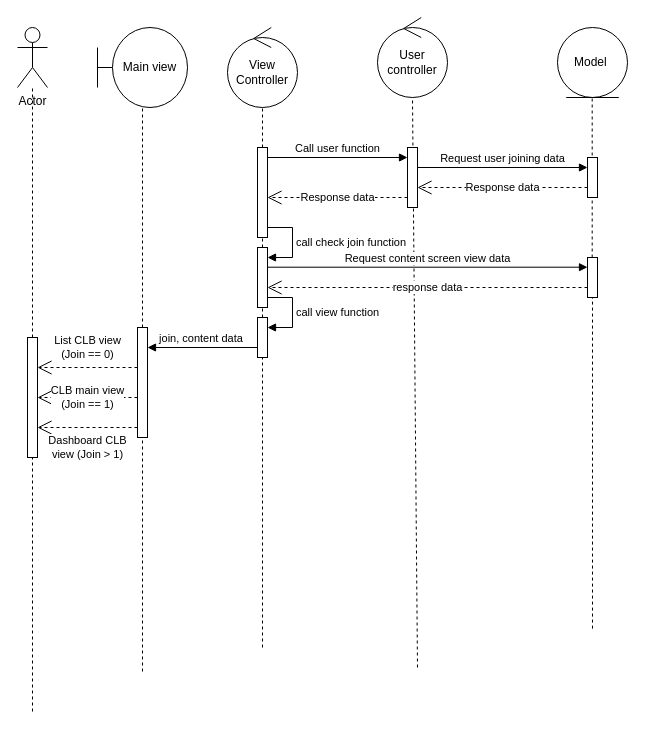
Above: page "Main view" (5 of 9) of diagram.drawio in ZanhhTrann/finall_project- (draw.io), before the change. Source tidied: cells renumbered, new cells numbered last; positions are measured from the earlier drawing's top-left corner, leaving out a move shared by most shapes. Both pictures are drawn from the tidied source at 100%, with x=0, y=0 at pixel (17, 17).
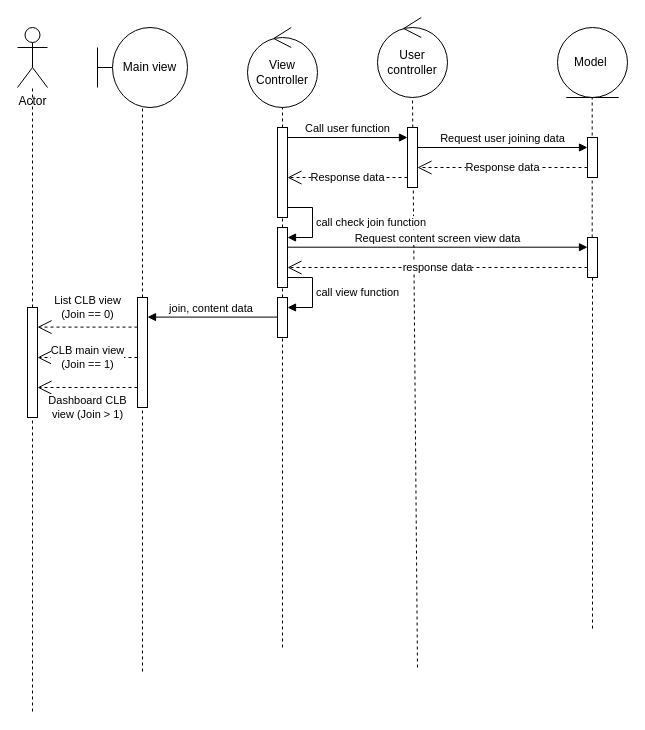
The same diagram, later.

Diff of the diagram source:
```diff
@@
     <mxCell id="10" style="html=1;points=[[0,0,0,0,5],[0,1,0,0,-5],[1,0,0,0,5],[1,1,0,0,-5]];perimeter=orthogonalPerimeter;outlineConnect=0;targetShapes=umlLifeline;portConstraint=eastwest;newEdgeStyle={&quot;curved&quot;:0,&quot;rounded&quot;:0};" parent="1" vertex="1">
-      <mxGeometry x="390" y="130" width="10" height="60" as="geometry" />
+      <mxGeometry x="390" y="110" width="10" height="60" as="geometry" />
     </mxCell>
@@
     <mxCell id="12" style="html=1;perimeter=orthogonalPerimeter;targetShapes=umlLifeline;newEdgeStyle={&quot;curved&quot;:0,&quot;rounded&quot;:0};" parent="1" vertex="1">
-      <mxGeometry x="570" y="140" width="10" height="40" as="geometry" />
+      <mxGeometry x="570" y="120" width="10" height="40" as="geometry" />
     </mxCell>
     <mxCell id="13" value="&lt;div style=&quot;text-align: left;&quot;&gt;Request user joining data&lt;/div&gt;" style="html=1;verticalAlign=bottom;endArrow=block;curved=0;rounded=0;" parent="1" edge="1">
       <mxGeometry relative="1" as="geometry">
-        <mxPoint x="400" y="150" as="sourcePoint" />
-        <mxPoint x="570" y="150" as="targetPoint" />
+        <mxPoint x="400" y="130" as="sourcePoint" />
+        <mxPoint x="570" y="130" as="targetPoint" />
       </mxGeometry>
     </mxCell>
     <mxCell id="14" value="Response data" style="endArrow=open;endSize=12;dashed=1;html=1;rounded=0;" parent="1" edge="1">
       <mxGeometry relative="1" as="geometry">
-        <mxPoint x="570" y="170" as="sourcePoint" />
-        <mxPoint x="400" y="170" as="targetPoint" />
+        <mxPoint x="570" y="150" as="sourcePoint" />
+        <mxPoint x="400" y="150" as="targetPoint" />
       </mxGeometry>
     </mxCell>
     <mxCell id="15" value="View Controller" style="ellipse;shape=umlControl;whiteSpace=wrap;html=1;" parent="1" vertex="1">
-      <mxGeometry x="210" y="10" width="70" height="80" as="geometry" />
+      <mxGeometry x="230" y="10" width="70" height="80" as="geometry" />
     </mxCell>
     <mxCell id="16" style="endArrow=none;dashed=1;html=1;rounded=0;" parent="1" edge="1" source="21">
       <mxGeometry relative="1" as="geometry">
-        <mxPoint x="245" y="90" as="targetPoint" />
+        <mxPoint x="265" y="90" as="targetPoint" />
       </mxGeometry>
     </mxCell>
@@
     <mxCell id="18" style="html=1;points=[[0,0,0,0,5],[0,1,0,0,-5],[1,0,0,0,5],[1,1,0,0,-5]];perimeter=orthogonalPerimeter;outlineConnect=0;targetShapes=umlLifeline;portConstraint=eastwest;newEdgeStyle={&quot;curved&quot;:0,&quot;rounded&quot;:0};" parent="1" vertex="1">
-      <mxGeometry x="240" y="230" width="10" height="60" as="geometry" />
+      <mxGeometry x="260" y="210" width="10" height="60" as="geometry" />
     </mxCell>
     <mxCell id="19" value="&lt;div style=&quot;text-align: left;&quot;&gt;Call user function&lt;/div&gt;" style="html=1;verticalAlign=bottom;endArrow=block;curved=0;rounded=0;" parent="1" edge="1" source="21" target="10">
       <mxGeometry relative="1" as="geometry">
         <Array as="points">
-          <mxPoint x="390" y="140" />
+          <mxPoint x="390" y="120" />
         </Array>
       </mxGeometry>
     </mxCell>
@@
     <mxCell id="21" style="html=1;points=[[0,0,0,0,5],[0,1,0,0,-5],[1,0,0,0,5],[1,1,0,0,-5]];perimeter=orthogonalPerimeter;outlineConnect=0;targetShapes=umlLifeline;portConstraint=eastwest;newEdgeStyle={&quot;curved&quot;:0,&quot;rounded&quot;:0};" parent="1" vertex="1">
-      <mxGeometry x="240" y="130" width="10" height="90" as="geometry" />
+      <mxGeometry x="260" y="110" width="10" height="90" as="geometry" />
     </mxCell>
-    <mxCell id="22" value="Response data" style="endArrow=open;endSize=12;dashed=1;html=1;rounded=0;" parent="1" edge="1">
+    <mxCell id="22" value="Response data" style="endArrow=open;endSize=12;dashed=1;html=1;rounded=0;" parent="1" edge="1" target="21">
       <mxGeometry relative="1" as="geometry">
-        <mxPoint x="390" y="180" as="sourcePoint" />
-        <mxPoint x="250" y="180" as="targetPoint" />
+        <mxPoint x="390" y="160" as="sourcePoint" />
       </mxGeometry>
     </mxCell>
     <mxCell id="23" value="call check join function&amp;nbsp;" style="html=1;align=left;spacingLeft=2;endArrow=block;rounded=0;edgeStyle=orthogonalEdgeStyle;curved=0;rounded=0;" parent="1" edge="1" target="18">
       <mxGeometry relative="1" as="geometry">
-        <mxPoint x="250" y="210" as="sourcePoint" />
+        <mxPoint x="270" y="190" as="sourcePoint" />
         <Array as="points">
-          <mxPoint x="275" y="210" />
-          <mxPoint x="275" y="240" />
+          <mxPoint x="295" y="190" />
+          <mxPoint x="295" y="220" />
         </Array>
       </mxGeometry>
     </mxCell>
@@
     <mxCell id="25" style="html=1;points=[[0,0,0,0,5],[0,1,0,0,-5],[1,0,0,0,5],[1,1,0,0,-5]];perimeter=orthogonalPerimeter;outlineConnect=0;targetShapes=umlLifeline;portConstraint=eastwest;newEdgeStyle={&quot;curved&quot;:0,&quot;rounded&quot;:0};" parent="1" vertex="1">
-      <mxGeometry x="120" y="310" width="10" height="110" as="geometry" />
+      <mxGeometry x="120" y="280" width="10" height="110" as="geometry" />
     </mxCell>
-    <mxCell id="26" value="&lt;div style=&quot;text-align: left;&quot;&gt;Request content screen view data&lt;/div&gt;" style="html=1;verticalAlign=bottom;endArrow=block;curved=0;rounded=0;" parent="1" edge="1">
+    <mxCell id="26" value="&lt;div style=&quot;text-align: left;&quot;&gt;Request content screen view data&lt;/div&gt;" style="html=1;verticalAlign=bottom;endArrow=block;curved=0;rounded=0;" parent="1" edge="1" source="18">
       <mxGeometry relative="1" as="geometry">
-        <mxPoint x="250" y="249.7" as="sourcePoint" />
-        <mxPoint x="570" y="249.7" as="targetPoint" />
+        <mxPoint x="570" y="229.7" as="targetPoint" />
       </mxGeometry>
     </mxCell>
     <mxCell id="27" style="html=1;points=[[0,0,0,0,5],[0,1,0,0,-5],[1,0,0,0,5],[1,1,0,0,-5]];perimeter=orthogonalPerimeter;outlineConnect=0;targetShapes=umlLifeline;portConstraint=eastwest;newEdgeStyle={&quot;curved&quot;:0,&quot;rounded&quot;:0};" parent="1" vertex="1">
-      <mxGeometry x="570" y="240" width="10" height="40" as="geometry" />
+      <mxGeometry x="570" y="220" width="10" height="40" as="geometry" />
     </mxCell>
     <mxCell id="28" value="response data" style="endArrow=open;endSize=12;dashed=1;html=1;rounded=0;" parent="1" edge="1" target="18">
       <mxGeometry relative="1" as="geometry">
-        <mxPoint x="570" y="270" as="sourcePoint" />
+        <mxPoint x="570" y="250" as="sourcePoint" />
       </mxGeometry>
     </mxCell>
     <mxCell id="29" value="call view function&amp;nbsp;" style="html=1;align=left;spacingLeft=2;endArrow=block;rounded=0;edgeStyle=orthogonalEdgeStyle;curved=0;rounded=0;" parent="1" edge="1">
       <mxGeometry relative="1" as="geometry">
-        <mxPoint x="250" y="280" as="sourcePoint" />
-        <mxPoint x="250" y="310" as="targetPoint" />
+        <mxPoint x="270" y="260" as="sourcePoint" />
+        <mxPoint x="270" y="290" as="targetPoint" />
         <Array as="points">
-          <mxPoint x="275" y="280" />
-          <mxPoint x="275" y="310" />
+          <mxPoint x="295" y="260" />
+          <mxPoint x="295" y="290" />
         </Array>
       </mxGeometry>
     </mxCell>
-    <mxCell id="30" value="&lt;div style=&quot;text-align: left;&quot;&gt;join, content data&amp;nbsp;&lt;/div&gt;" style="html=1;verticalAlign=bottom;endArrow=block;curved=0;rounded=0;" parent="1" edge="1" target="25">
+    <mxCell id="30" value="&lt;div style=&quot;text-align: left;&quot;&gt;join, content data&amp;nbsp;&lt;/div&gt;" style="html=1;verticalAlign=bottom;endArrow=block;curved=0;rounded=0;" parent="1" edge="1">
       <mxGeometry relative="1" as="geometry">
-        <mxPoint x="240" y="330" as="sourcePoint" />
+        <mxPoint x="260" y="299.6" as="sourcePoint" />
+        <mxPoint x="130" y="299.6" as="targetPoint" />
+        <Array as="points">
+          <mxPoint x="160" y="299.6" />
+        </Array>
       </mxGeometry>
     </mxCell>
-    <mxCell id="31" value="List CLB view&lt;div&gt;(Join == 0)&lt;/div&gt;" style="endArrow=open;endSize=12;dashed=1;html=1;rounded=0;" parent="1" edge="1" source="25">
+    <mxCell id="31" value="List CLB view&lt;div&gt;(Join == 0)&lt;/div&gt;" style="endArrow=open;endSize=12;dashed=1;html=1;rounded=0;" parent="1" edge="1">
       <mxGeometry y="-20" relative="1" as="geometry">
-        <mxPoint x="20" y="350" as="targetPoint" />
+        <mxPoint x="120" y="309.6" as="sourcePoint" />
+        <mxPoint x="20" y="309.6" as="targetPoint" />
       </mxGeometry>
     </mxCell>
@@
     <mxCell id="33" style="html=1;points=[[0,0,0,0,5],[0,1,0,0,-5],[1,0,0,0,5],[1,1,0,0,-5]];perimeter=orthogonalPerimeter;outlineConnect=0;targetShapes=umlLifeline;portConstraint=eastwest;newEdgeStyle={&quot;curved&quot;:0,&quot;rounded&quot;:0};" parent="1" vertex="1">
-      <mxGeometry x="10" y="320" width="10" height="120" as="geometry" />
+      <mxGeometry x="10" y="290" width="10" height="110" as="geometry" />
     </mxCell>
     <mxCell id="34" value="CLB main view&lt;div&gt;(Join == 1)&lt;/div&gt;" style="endArrow=open;endSize=12;dashed=1;html=1;rounded=0;" parent="1" edge="1">
       <mxGeometry relative="1" as="geometry">
-        <mxPoint x="120" y="380" as="sourcePoint" />
-        <mxPoint x="20" y="380" as="targetPoint" />
+        <mxPoint x="120" y="340" as="sourcePoint" />
+        <mxPoint x="20" y="340" as="targetPoint" />
       </mxGeometry>
     </mxCell>
     <mxCell id="35" value="Dashboard CLB&lt;div&gt;view (Join &amp;gt; 1)&lt;/div&gt;" style="endArrow=open;endSize=12;dashed=1;html=1;rounded=0;" parent="1" edge="1">
       <mxGeometry y="20" relative="1" as="geometry">
-        <mxPoint x="120" y="410" as="sourcePoint" />
-        <mxPoint x="20" y="410" as="targetPoint" />
+        <mxPoint x="120" y="370" as="sourcePoint" />
+        <mxPoint x="20" y="370" as="targetPoint" />
       </mxGeometry>
     </mxCell>
     <mxCell id="36" style="endArrow=none;dashed=1;html=1;rounded=0;" parent="1" edge="1" target="37">
       <mxGeometry relative="1" as="geometry">
-        <mxPoint x="245" y="630" as="sourcePoint" />
+        <mxPoint x="265" y="630" as="sourcePoint" />
       </mxGeometry>
     </mxCell>
     <mxCell id="37" style="html=1;points=[[0,0,0,0,5],[0,1,0,0,-5],[1,0,0,0,5],[1,1,0,0,-5]];perimeter=orthogonalPerimeter;outlineConnect=0;targetShapes=umlLifeline;portConstraint=eastwest;newEdgeStyle={&quot;curved&quot;:0,&quot;rounded&quot;:0};" parent="1" vertex="1">
-      <mxGeometry x="240" y="300" width="10" height="40" as="geometry" />
+      <mxGeometry x="260" y="280" width="10" height="40" as="geometry" />
     </mxCell>
```
